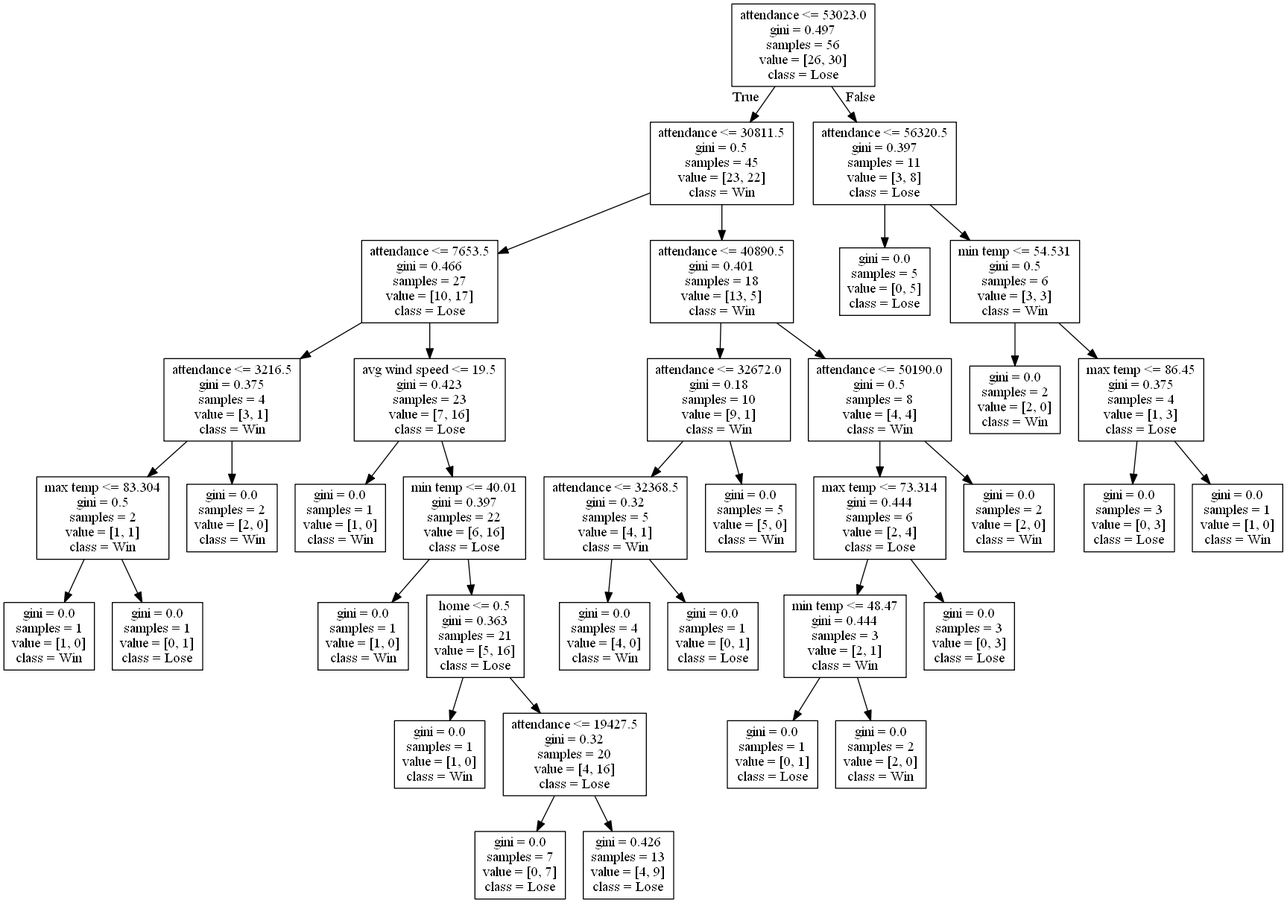
This is DecisionTrees/decision_tree_no_score5.png from alexana-steck/CSE482Project, a Graphviz export, as it was before one commit. Its source is kept beside it as DecisionTrees/decision_tree_no_score5.dot. Source of this version:
```dot
digraph Tree {
node [shape=box] ;
0 [label="attendance <= 53023.0\ngini = 0.497\nsamples = 56\nvalue = [26, 30]\nclass = Lose"] ;
1 [label="attendance <= 30811.5\ngini = 0.5\nsamples = 45\nvalue = [23, 22]\nclass = Win"] ;
0 -> 1 [labeldistance=2.5, labelangle=45, headlabel="True"] ;
2 [label="attendance <= 7653.5\ngini = 0.466\nsamples = 27\nvalue = [10, 17]\nclass = Lose"] ;
1 -> 2 ;
3 [label="attendance <= 3216.5\ngini = 0.375\nsamples = 4\nvalue = [3, 1]\nclass = Win"] ;
2 -> 3 ;
4 [label="max temp <= 83.304\ngini = 0.5\nsamples = 2\nvalue = [1, 1]\nclass = Win"] ;
3 -> 4 ;
5 [label="gini = 0.0\nsamples = 1\nvalue = [1, 0]\nclass = Win"] ;
4 -> 5 ;
6 [label="gini = 0.0\nsamples = 1\nvalue = [0, 1]\nclass = Lose"] ;
4 -> 6 ;
7 [label="gini = 0.0\nsamples = 2\nvalue = [2, 0]\nclass = Win"] ;
3 -> 7 ;
8 [label="avg wind speed <= 19.5\ngini = 0.423\nsamples = 23\nvalue = [7, 16]\nclass = Lose"] ;
2 -> 8 ;
9 [label="gini = 0.0\nsamples = 1\nvalue = [1, 0]\nclass = Win"] ;
8 -> 9 ;
10 [label="min temp <= 40.01\ngini = 0.397\nsamples = 22\nvalue = [6, 16]\nclass = Lose"] ;
8 -> 10 ;
11 [label="gini = 0.0\nsamples = 1\nvalue = [1, 0]\nclass = Win"] ;
10 -> 11 ;
12 [label="home <= 0.5\ngini = 0.363\nsamples = 21\nvalue = [5, 16]\nclass = Lose"] ;
10 -> 12 ;
13 [label="gini = 0.0\nsamples = 1\nvalue = [1, 0]\nclass = Win"] ;
12 -> 13 ;
14 [label="attendance <= 19427.5\ngini = 0.32\nsamples = 20\nvalue = [4, 16]\nclass = Lose"] ;
12 -> 14 ;
15 [label="gini = 0.0\nsamples = 7\nvalue = [0, 7]\nclass = Lose"] ;
14 -> 15 ;
16 [label="gini = 0.426\nsamples = 13\nvalue = [4, 9]\nclass = Lose"] ;
14 -> 16 ;
17 [label="attendance <= 40890.5\ngini = 0.401\nsamples = 18\nvalue = [13, 5]\nclass = Win"] ;
1 -> 17 ;
18 [label="attendance <= 32672.0\ngini = 0.18\nsamples = 10\nvalue = [9, 1]\nclass = Win"] ;
17 -> 18 ;
19 [label="attendance <= 32368.5\ngini = 0.32\nsamples = 5\nvalue = [4, 1]\nclass = Win"] ;
18 -> 19 ;
20 [label="gini = 0.0\nsamples = 4\nvalue = [4, 0]\nclass = Win"] ;
19 -> 20 ;
21 [label="gini = 0.0\nsamples = 1\nvalue = [0, 1]\nclass = Lose"] ;
19 -> 21 ;
22 [label="gini = 0.0\nsamples = 5\nvalue = [5, 0]\nclass = Win"] ;
18 -> 22 ;
23 [label="attendance <= 50190.0\ngini = 0.5\nsamples = 8\nvalue = [4, 4]\nclass = Win"] ;
17 -> 23 ;
24 [label="max temp <= 73.314\ngini = 0.444\nsamples = 6\nvalue = [2, 4]\nclass = Lose"] ;
23 -> 24 ;
25 [label="min temp <= 48.47\ngini = 0.444\nsamples = 3\nvalue = [2, 1]\nclass = Win"] ;
24 -> 25 ;
26 [label="gini = 0.0\nsamples = 1\nvalue = [0, 1]\nclass = Lose"] ;
25 -> 26 ;
27 [label="gini = 0.0\nsamples = 2\nvalue = [2, 0]\nclass = Win"] ;
25 -> 27 ;
28 [label="gini = 0.0\nsamples = 3\nvalue = [0, 3]\nclass = Lose"] ;
24 -> 28 ;
29 [label="gini = 0.0\nsamples = 2\nvalue = [2, 0]\nclass = Win"] ;
23 -> 29 ;
30 [label="attendance <= 56320.5\ngini = 0.397\nsamples = 11\nvalue = [3, 8]\nclass = Lose"] ;
0 -> 30 [labeldistance=2.5, labelangle=-45, headlabel="False"] ;
31 [label="gini = 0.0\nsamples = 5\nvalue = [0, 5]\nclass = Lose"] ;
30 -> 31 ;
32 [label="min temp <= 54.531\ngini = 0.5\nsamples = 6\nvalue = [3, 3]\nclass = Win"] ;
30 -> 32 ;
33 [label="gini = 0.0\nsamples = 2\nvalue = [2, 0]\nclass = Win"] ;
32 -> 33 ;
34 [label="max temp <= 86.45\ngini = 0.375\nsamples = 4\nvalue = [1, 3]\nclass = Lose"] ;
32 -> 34 ;
35 [label="gini = 0.0\nsamples = 3\nvalue = [0, 3]\nclass = Lose"] ;
34 -> 35 ;
36 [label="gini = 0.0\nsamples = 1\nvalue = [1, 0]\nclass = Win"] ;
34 -> 36 ;
}
```
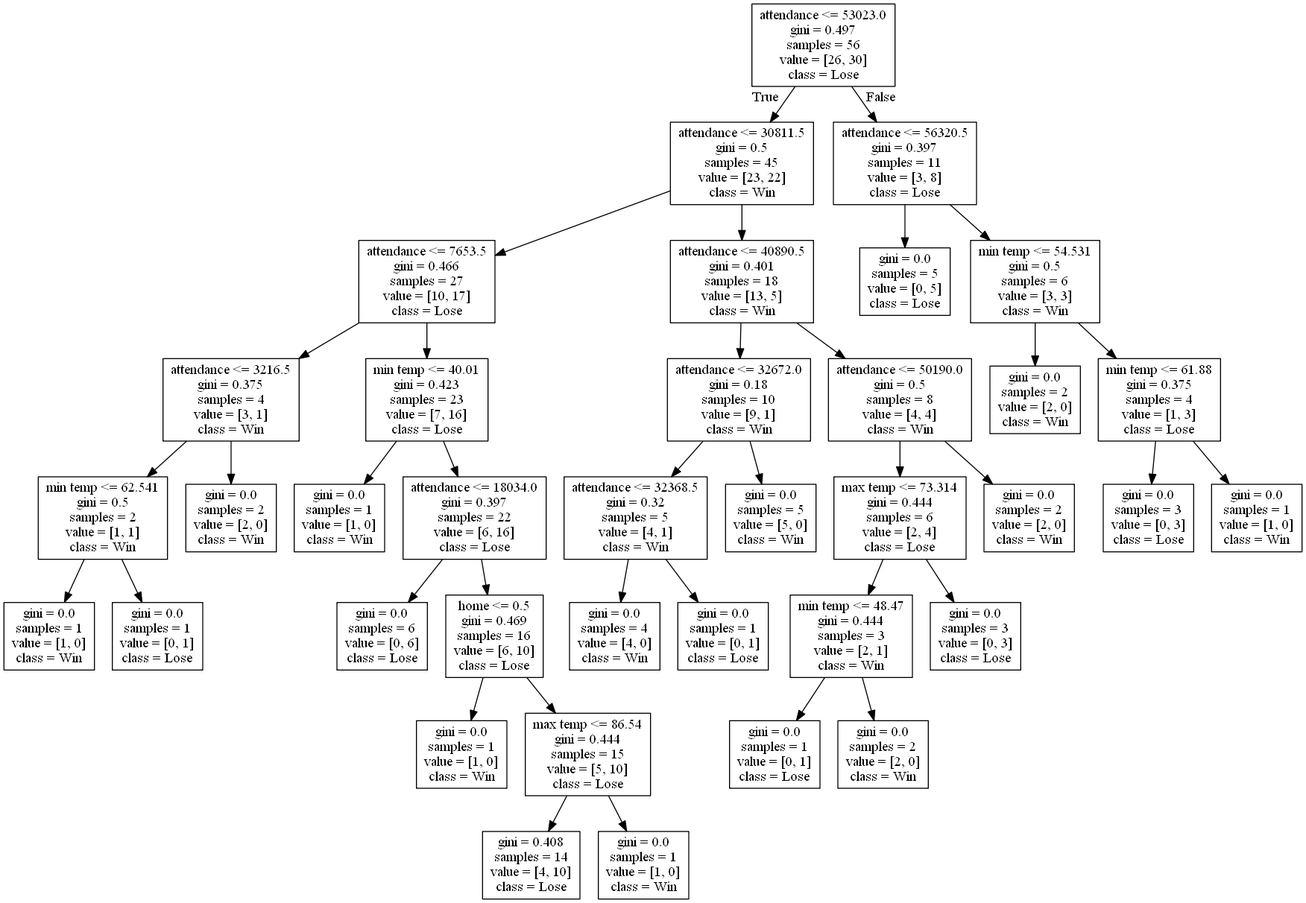
Later version of the same file.

Change to the diagram source:
```diff
@@ -7,7 +7,7 @@
 1 -> 2 ;
 3 [label="attendance <= 3216.5\ngini = 0.375\nsamples = 4\nvalue = [3, 1]\nclass = Win"] ;
 2 -> 3 ;
-4 [label="max temp <= 83.304\ngini = 0.5\nsamples = 2\nvalue = [1, 1]\nclass = Win"] ;
+4 [label="min temp <= 62.541\ngini = 0.5\nsamples = 2\nvalue = [1, 1]\nclass = Win"] ;
 3 -> 4 ;
 5 [label="gini = 0.0\nsamples = 1\nvalue = [1, 0]\nclass = Win"] ;
 4 -> 5 ;
@@ -15,23 +15,23 @@
 4 -> 6 ;
 7 [label="gini = 0.0\nsamples = 2\nvalue = [2, 0]\nclass = Win"] ;
 3 -> 7 ;
-8 [label="avg wind speed <= 19.5\ngini = 0.423\nsamples = 23\nvalue = [7, 16]\nclass = Lose"] ;
+8 [label="min temp <= 40.01\ngini = 0.423\nsamples = 23\nvalue = [7, 16]\nclass = Lose"] ;
 2 -> 8 ;
 9 [label="gini = 0.0\nsamples = 1\nvalue = [1, 0]\nclass = Win"] ;
 8 -> 9 ;
-10 [label="min temp <= 40.01\ngini = 0.397\nsamples = 22\nvalue = [6, 16]\nclass = Lose"] ;
+10 [label="attendance <= 18034.0\ngini = 0.397\nsamples = 22\nvalue = [6, 16]\nclass = Lose"] ;
 8 -> 10 ;
-11 [label="gini = 0.0\nsamples = 1\nvalue = [1, 0]\nclass = Win"] ;
+11 [label="gini = 0.0\nsamples = 6\nvalue = [0, 6]\nclass = Lose"] ;
 10 -> 11 ;
-12 [label="home <= 0.5\ngini = 0.363\nsamples = 21\nvalue = [5, 16]\nclass = Lose"] ;
+12 [label="home <= 0.5\ngini = 0.469\nsamples = 16\nvalue = [6, 10]\nclass = Lose"] ;
 10 -> 12 ;
 13 [label="gini = 0.0\nsamples = 1\nvalue = [1, 0]\nclass = Win"] ;
 12 -> 13 ;
-14 [label="attendance <= 19427.5\ngini = 0.32\nsamples = 20\nvalue = [4, 16]\nclass = Lose"] ;
+14 [label="max temp <= 86.54\ngini = 0.444\nsamples = 15\nvalue = [5, 10]\nclass = Lose"] ;
 12 -> 14 ;
-15 [label="gini = 0.0\nsamples = 7\nvalue = [0, 7]\nclass = Lose"] ;
+15 [label="gini = 0.408\nsamples = 14\nvalue = [4, 10]\nclass = Lose"] ;
 14 -> 15 ;
-16 [label="gini = 0.426\nsamples = 13\nvalue = [4, 9]\nclass = Lose"] ;
+16 [label="gini = 0.0\nsamples = 1\nvalue = [1, 0]\nclass = Win"] ;
 14 -> 16 ;
 17 [label="attendance <= 40890.5\ngini = 0.401\nsamples = 18\nvalue = [13, 5]\nclass = Win"] ;
 1 -> 17 ;
@@ -67,7 +67,7 @@
 30 -> 32 ;
 33 [label="gini = 0.0\nsamples = 2\nvalue = [2, 0]\nclass = Win"] ;
 32 -> 33 ;
-34 [label="max temp <= 86.45\ngini = 0.375\nsamples = 4\nvalue = [1, 3]\nclass = Lose"] ;
+34 [label="min temp <= 61.88\ngini = 0.375\nsamples = 4\nvalue = [1, 3]\nclass = Lose"] ;
 32 -> 34 ;
 35 [label="gini = 0.0\nsamples = 3\nvalue = [0, 3]\nclass = Lose"] ;
 34 -> 35 ;
```
